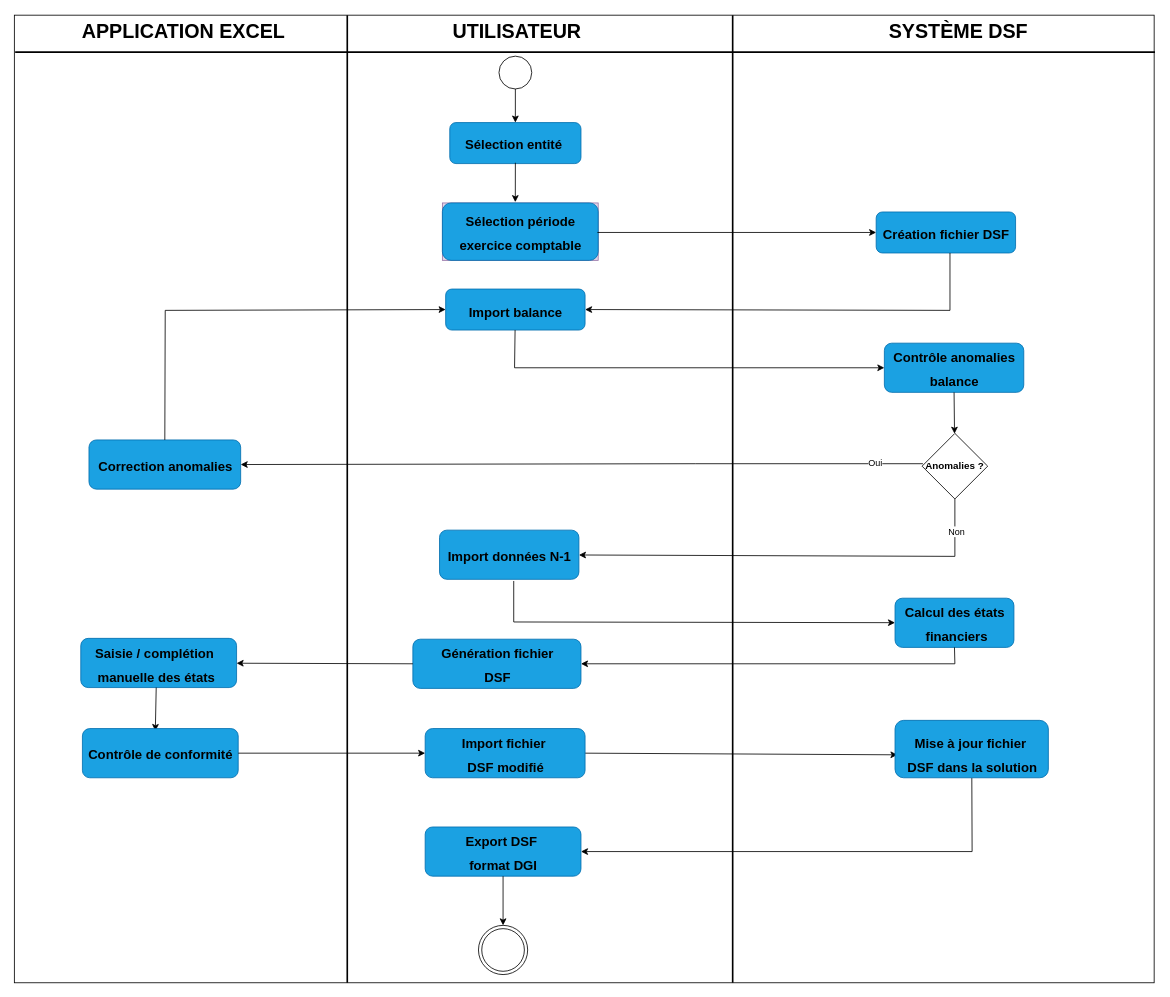
Earlier version of the draw.io diagram Diagramme activite creation DSF.drawio (Michelle-Ngami/Conception_DSF). Source tidied: cells renumbered, new cells numbered last; positions are measured from the earlier drawing's top-left corner, leaving out a move shared by most shapes. Both pictures are drawn from the tidied source at 82%, with x=0, y=0 at pixel (14, 15).
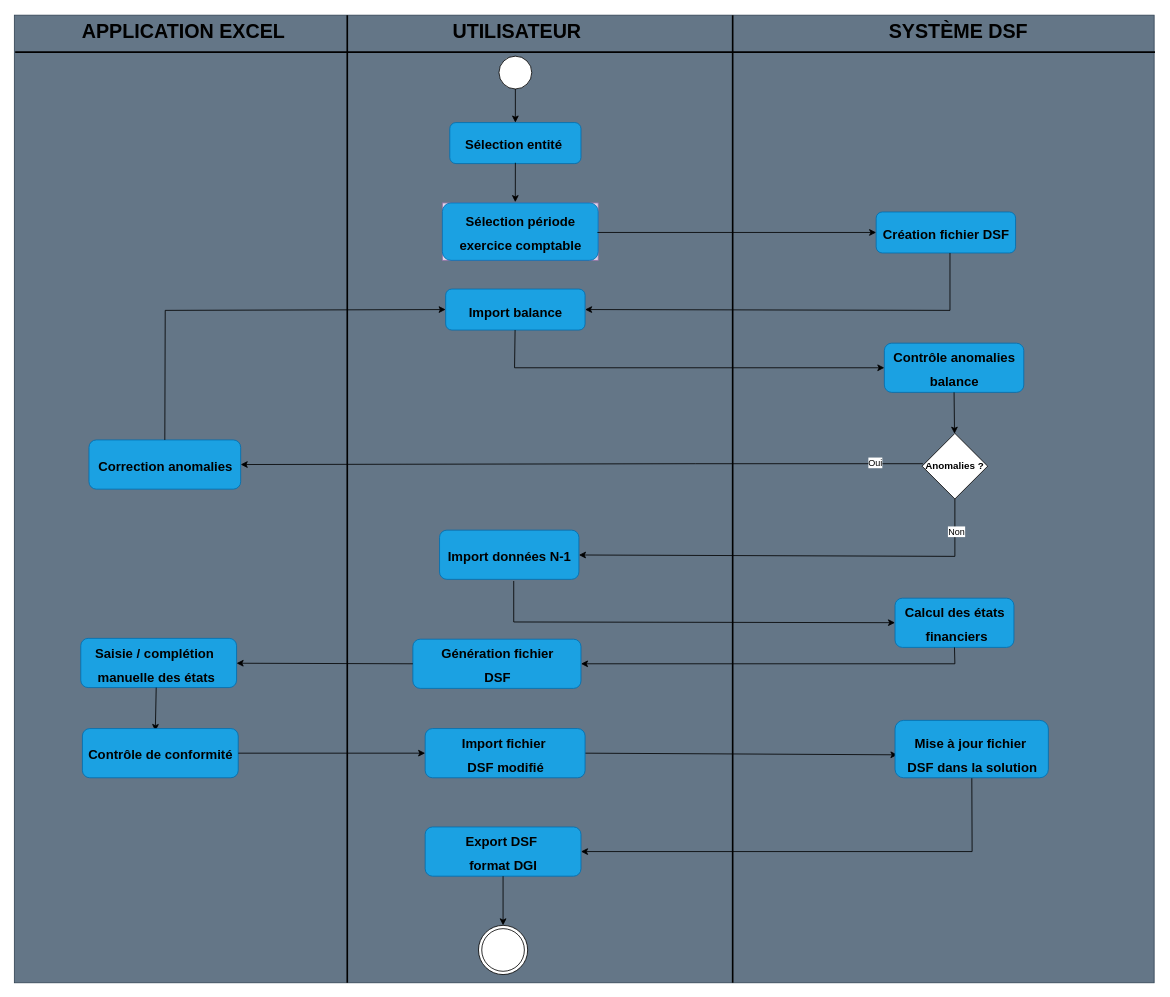
Above is the later version.

Commit message:
Mettre à jour Diagramme activite creation DSF.drawio

The edit, as a diff of the source:
```diff
@@
-    <mxCell id="2" style="rounded=0;whiteSpace=wrap;html=1;" parent="1" vertex="1">
+    <mxCell id="2" style="rounded=0;whiteSpace=wrap;html=1;fillColor=#647687;strokeColor=#314354;fontColor=#ffffff;" parent="1" vertex="1">
       <mxGeometry width="1390" height="1180" as="geometry" />
     </mxCell>
@@
-    <mxCell id="9" style="ellipse;whiteSpace=wrap;html=1;fillColor=none;" parent="1" vertex="1">
+    <mxCell id="9" style="ellipse;whiteSpace=wrap;html=1;" parent="1" vertex="1">
       <mxGeometry x="591" y="50" width="40" height="40" as="geometry" />
     </mxCell>
```
